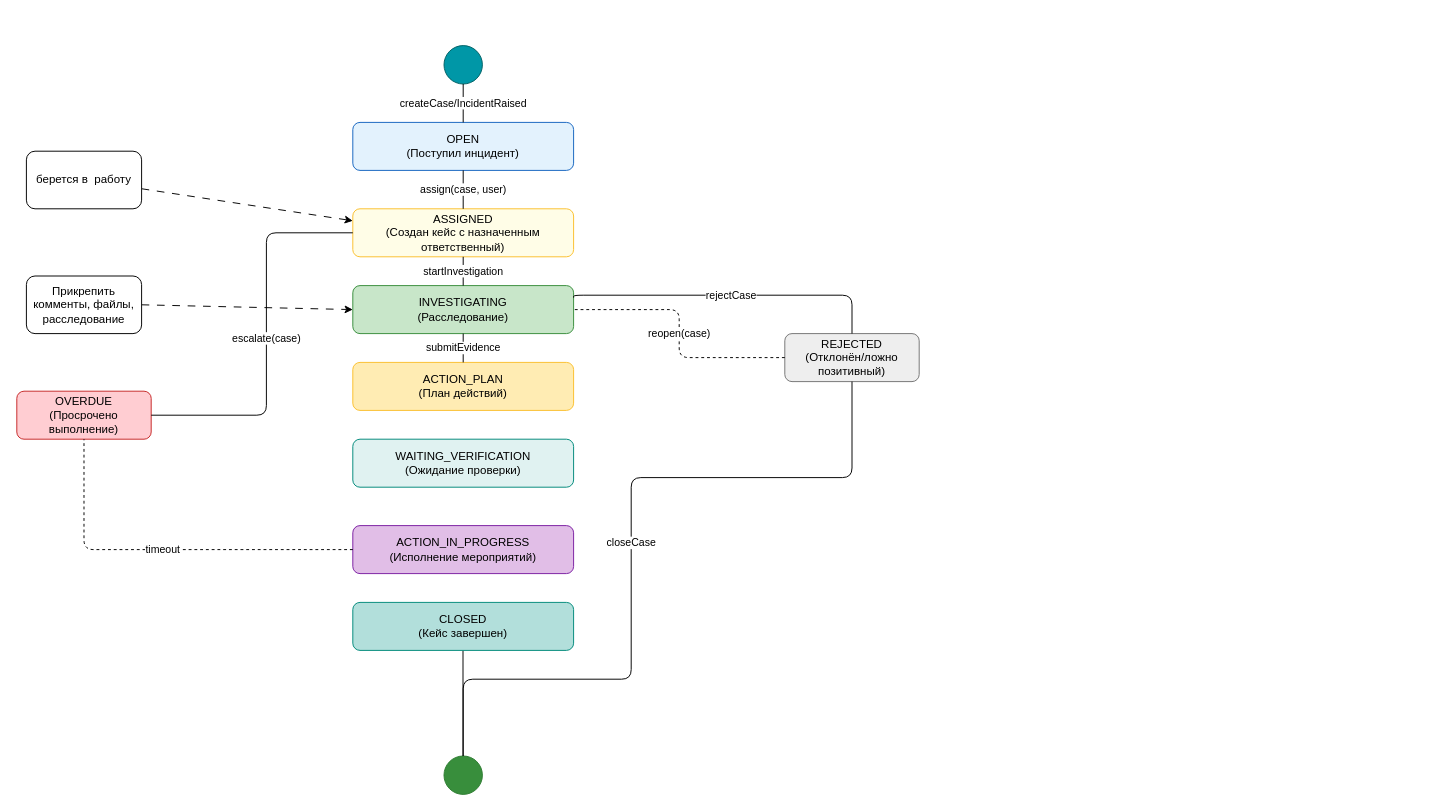
Earlier version of the draw.io diagram Диаграмма состояний.drawio (zheki4sh05/cms-workflow-service). Source tidied: cells renumbered, new cells numbered last; positions are measured from the earlier drawing's top-left corner, leaving out a move shared by most shapes. Both pictures are drawn from the tidied source at 96%, with x=0, y=0 at pixel (16, 45).
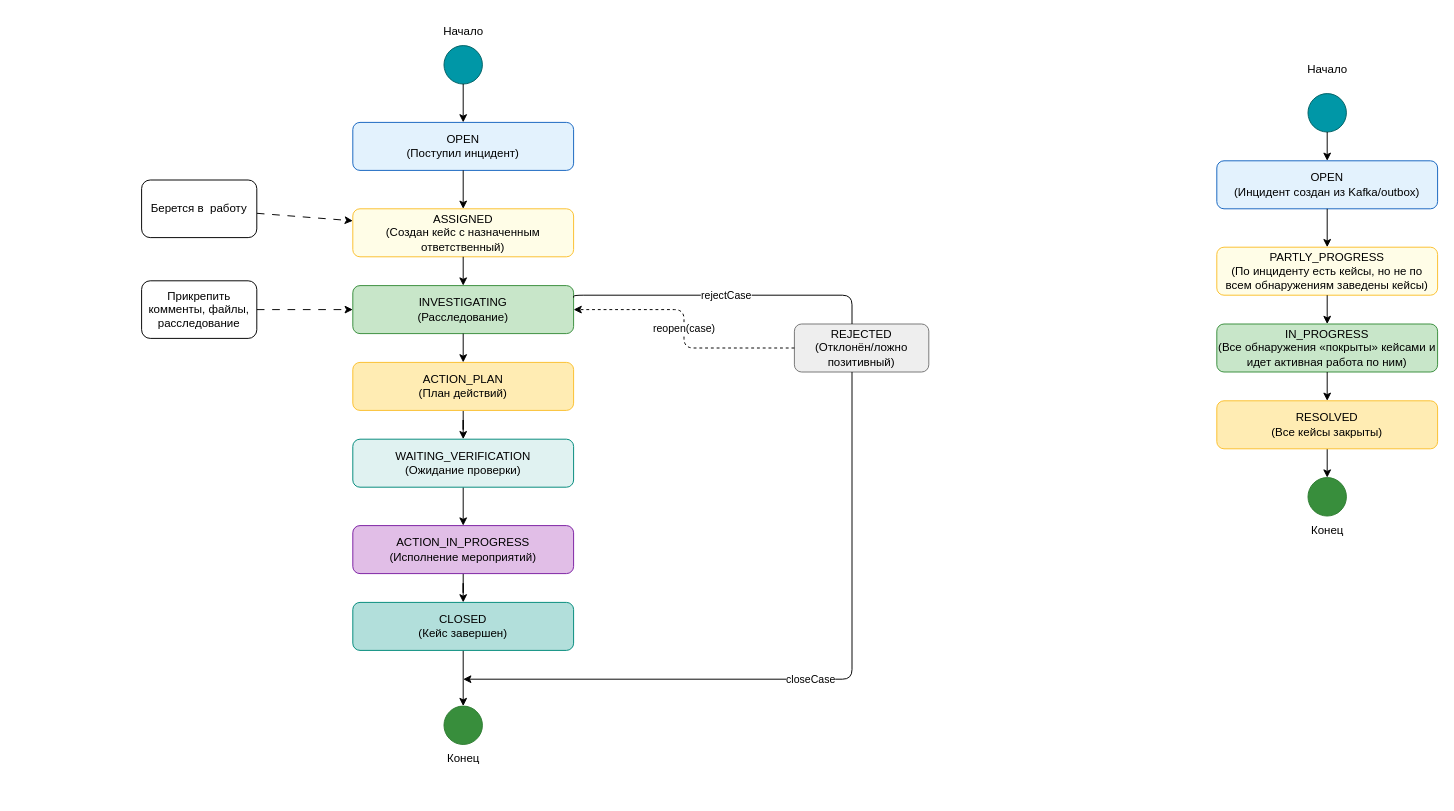
The same page after the edit.

The change refers to these unchanged cells:
```xml
<mxCell id="2" style="ellipse;whiteSpace=wrap;html=1;fillColor=#0097a7;strokeColor=#006064;" parent="1" vertex="1">
  <mxGeometry x="445" width="40" height="40" as="geometry" />
</mxCell>
<mxCell id="3" value="OPEN&lt;div&gt;(Поступил инцидент)&lt;/div&gt;" style="rounded=1;whiteSpace=wrap;html=1;fillColor=#e3f2fd;strokeColor=#1565c0;" parent="1" vertex="1">
  <mxGeometry x="350" y="80" width="230" height="50" as="geometry" />
</mxCell>
<mxCell id="4" value="ASSIGNED&lt;div&gt;(Создан кейс с назначенным ответственный)&lt;/div&gt;" style="rounded=1;whiteSpace=wrap;html=1;fillColor=#fffde7;strokeColor=#fbc02d;" parent="1" vertex="1">
  <mxGeometry x="350" y="170" width="230" height="50" as="geometry" />
</mxCell>
<mxCell id="5" value="INVESTIGATING&lt;div&gt;(Расследование)&lt;/div&gt;" style="rounded=1;whiteSpace=wrap;html=1;fillColor=#c8e6c9;strokeColor=#388e3c;" parent="1" vertex="1">
  <mxGeometry x="350" y="250" width="230" height="50" as="geometry" />
</mxCell>
<mxCell id="6" value="ACTION_PLAN&lt;div&gt;(План действий)&lt;/div&gt;" style="rounded=1;whiteSpace=wrap;html=1;fillColor=#ffecb3;strokeColor=#fbc02d;" parent="1" vertex="1">
  <mxGeometry x="350" y="330" width="230" height="50" as="geometry" />
</mxCell>
<mxCell id="7" value="ACTION_IN_PROGRESS&lt;div&gt;(Исполнение мероприятий)&lt;/div&gt;" style="rounded=1;whiteSpace=wrap;html=1;fillColor=#e1bee7;strokeColor=#7b1fa2;" parent="1" vertex="1">
  <mxGeometry x="350" y="500" width="230" height="50" as="geometry" />
</mxCell>
<mxCell id="8" value="WAITING_VERIFICATION&lt;div&gt;(Ожидание проверки)&lt;/div&gt;" style="rounded=1;whiteSpace=wrap;html=1;fillColor=#e0f2f1;strokeColor=#00897b;" parent="1" vertex="1">
  <mxGeometry x="350" y="410" width="230" height="50" as="geometry" />
</mxCell>
<mxCell id="12" value="CLOSED&lt;div&gt;(Кейс завершен)&lt;/div&gt;" style="rounded=1;whiteSpace=wrap;html=1;fillColor=#b2dfdb;strokeColor=#00897b;" parent="1" vertex="1">
  <mxGeometry x="350" y="580" width="230" height="50" as="geometry" />
</mxCell>
```

The edit, as a diff of the source:
```diff
@@
+    <mxCell id="27" style="edgeStyle=orthogonalEdgeStyle;rounded=0;jettySize=auto;html=1;" parent="1" edge="1" source="6" target="8">
+      <mxGeometry relative="1" as="geometry" />
+    </mxCell>
@@
+    <mxCell id="28" style="edgeStyle=orthogonalEdgeStyle;rounded=0;jettySize=auto;html=1;" parent="1" edge="1" source="7" target="12">
+      <mxGeometry relative="1" as="geometry" />
+    </mxCell>
@@
+    <mxCell id="29" style="edgeStyle=orthogonalEdgeStyle;rounded=0;jettySize=auto;html=1;" parent="1" edge="1" source="8" target="7">
+      <mxGeometry relative="1" as="geometry" />
+    </mxCell>
@@
-    <mxCell id="9" value="OVERDUE&lt;div&gt;(Просрочено выполнение)&lt;/div&gt;" style="rounded=1;whiteSpace=wrap;html=1;fillColor=#ffcdd2;strokeColor=#c62828;" parent="1" vertex="1">
-      <mxGeometry y="360" width="140" height="50" as="geometry" />
-    </mxCell>
     <mxCell id="10" value="REJECTED&lt;div&gt;(Отклонён/ложно позитивный)&lt;/div&gt;" style="rounded=1;whiteSpace=wrap;html=1;fillColor=#eeeeee;strokeColor=#757575;" parent="1" vertex="1">
-      <mxGeometry x="800" y="300" width="140" height="50" as="geometry" />
+      <mxGeometry x="810" y="290" width="140" height="50" as="geometry" />
     </mxCell>
-    <mxCell id="11" style="edgeStyle=orthogonalEdgeStyle;rounded=0;jettySize=auto;html=1;endArrow=none;startFill=0;entryX=0.496;entryY=-0.011;entryDx=0;entryDy=0;entryPerimeter=0;" parent="1" edge="1" source="12" target="13">
-      <mxGeometry relative="1" as="geometry">
-        <Array as="points">
-          <mxPoint x="465" y="750" />
-        </Array>
-      </mxGeometry>
+    <mxCell id="11" style="edgeStyle=orthogonalEdgeStyle;rounded=0;jettySize=auto;html=1;entryX=0.5;entryY=0;entryDx=0;entryDy=0;" parent="1" edge="1" source="12" target="13">
+      <mxGeometry relative="1" as="geometry" />
     </mxCell>
@@
     <mxCell id="13" style="ellipse;whiteSpace=wrap;html=1;fillColor=#388e3c;strokeColor=#2e7d32;" parent="1" vertex="1">
-      <mxGeometry x="445" y="740" width="40" height="40" as="geometry" />
+      <mxGeometry x="445" y="688" width="40" height="40" as="geometry" />
     </mxCell>
-    <mxCell id="14" value="createCase/IncidentRaised" style="edgeStyle=orthogonalEdgeStyle;endArrow=none;html=1;" parent="1" edge="1" source="2" target="3">
+    <mxCell id="14" style="edgeStyle=orthogonalEdgeStyle;endArrow=classic;html=1;endFill=1;" parent="1" edge="1" source="2" target="3">
       <mxGeometry relative="1" as="geometry" />
     </mxCell>
-    <mxCell id="15" value="assign(case, user)" style="edgeStyle=orthogonalEdgeStyle;endArrow=none;html=1;entryX=0.5;entryY=0;entryDx=0;entryDy=0;" parent="1" edge="1" source="3" target="4">
+    <mxCell id="15" style="edgeStyle=orthogonalEdgeStyle;endArrow=classic;html=1;entryX=0.5;entryY=0;entryDx=0;entryDy=0;endFill=1;" parent="1" edge="1" source="3" target="4">
       <mxGeometry relative="1" as="geometry" />
     </mxCell>
-    <mxCell id="16" value="startInvestigation" style="edgeStyle=orthogonalEdgeStyle;endArrow=none;html=1;" parent="1" edge="1" source="4" target="5">
+    <mxCell id="16" style="edgeStyle=orthogonalEdgeStyle;endArrow=classic;html=1;endFill=1;" parent="1" edge="1" source="4" target="5">
       <mxGeometry relative="1" as="geometry" />
     </mxCell>
-    <mxCell id="17" value="submitEvidence" style="edgeStyle=orthogonalEdgeStyle;endArrow=none;html=1;" parent="1" edge="1" source="5" target="6">
+    <mxCell id="17" style="edgeStyle=orthogonalEdgeStyle;endArrow=classic;html=1;endFill=1;" parent="1" edge="1" source="5" target="6">
       <mxGeometry relative="1" as="geometry" />
     </mxCell>
-    <mxCell id="18" value="timeout" style="edgeStyle=orthogonalEdgeStyle;endArrow=none;dashed=1;html=1;entryX=0.5;entryY=1;entryDx=0;entryDy=0;exitX=0;exitY=0.5;exitDx=0;exitDy=0;" parent="1" edge="1" source="7" target="9">
-      <mxGeometry relative="1" as="geometry">
-        <Array as="points">
-          <mxPoint x="70" y="525" />
-        </Array>
-      </mxGeometry>
-    </mxCell>
-    <mxCell id="19" value="escalate(case)" style="edgeStyle=orthogonalEdgeStyle;endArrow=none;html=1;" parent="1" edge="1" source="9" target="4">
-      <mxGeometry relative="1" as="geometry">
-        <Array as="points">
-          <mxPoint x="260" y="385" />
-          <mxPoint x="260" y="195" />
-        </Array>
-      </mxGeometry>
-    </mxCell>
@@
-    <mxCell id="21" value="reopen(case)" style="edgeStyle=orthogonalEdgeStyle;endArrow=none;dashed=1;html=1;" parent="1" edge="1" source="10" target="5">
+    <mxCell id="21" value="reopen(case)" style="edgeStyle=orthogonalEdgeStyle;endArrow=classic;dashed=1;html=1;endFill=1;" parent="1" edge="1" source="10" target="5">
       <mxGeometry relative="1" as="geometry" />
     </mxCell>
-    <mxCell id="22" value="closeCase" style="edgeStyle=orthogonalEdgeStyle;endArrow=none;html=1;entryX=0.5;entryY=0;entryDx=0;entryDy=0;" parent="1" edge="1" source="10" target="13">
+    <mxCell id="22" value="closeCase" style="edgeStyle=orthogonalEdgeStyle;endArrow=classic;html=1;endFill=1;" parent="1" edge="1" source="10">
       <mxGeometry relative="1" as="geometry">
+        <mxPoint x="465" y="660" as="targetPoint" />
         <Array as="points">
-          <mxPoint x="870" y="450" />
-          <mxPoint x="640" y="450" />
-          <mxPoint x="640" y="660" />
+          <mxPoint x="870" y="660" />
           <mxPoint x="465" y="660" />
         </Array>
       </mxGeometry>
     </mxCell>
@@
     <mxCell id="24" value="Прикрепить комменты, файлы, расследование" style="rounded=1;whiteSpace=wrap;html=1;" parent="1" vertex="1">
-      <mxGeometry x="10" y="240" width="120" height="60" as="geometry" />
+      <mxGeometry x="130" y="245" width="120" height="60" as="geometry" />
     </mxCell>
@@
-    <mxCell id="26" value="берется в&amp;nbsp; работу" style="rounded=1;whiteSpace=wrap;html=1;" parent="1" vertex="1">
-      <mxGeometry x="10" y="110" width="120" height="60" as="geometry" />
+    <mxCell id="26" value="Берется в&amp;nbsp; работу" style="rounded=1;whiteSpace=wrap;html=1;" parent="1" vertex="1">
+      <mxGeometry x="130" y="140" width="120" height="60" as="geometry" />
     </mxCell>
+    <mxCell id="30" value="Начало" style="text;html=1;align=center;verticalAlign=middle;strokeColor=none;fillColor=none;" parent="1" vertex="1">
+      <mxGeometry x="430" y="-30" width="70" height="30" as="geometry" />
+    </mxCell>
+    <mxCell id="31" value="Конец" style="text;html=1;align=center;verticalAlign=middle;strokeColor=none;fillColor=none;" parent="1" vertex="1">
+      <mxGeometry x="435" y="728" width="60" height="30" as="geometry" />
+    </mxCell>
+    <mxCell id="32" style="ellipse;whiteSpace=wrap;html=1;fillColor=#0097a7;strokeColor=#006064;" parent="1" vertex="1">
+      <mxGeometry x="1345" y="50" width="40" height="40" as="geometry" />
+    </mxCell>
+    <mxCell id="33" value="OPEN&lt;div&gt;(Инцидент создан из Kafka/outbox)&lt;/div&gt;" style="rounded=1;whiteSpace=wrap;html=1;fillColor=#e3f2fd;strokeColor=#1565c0;" parent="1" vertex="1">
+      <mxGeometry x="1250" y="120" width="230" height="50" as="geometry" />
+    </mxCell>
+    <mxCell id="34" value="PARTLY_PROGRESS&lt;div&gt;(По инциденту есть кейсы, но не по всем обнаружениям заведены кейсы)&lt;/div&gt;" style="rounded=1;whiteSpace=wrap;html=1;fillColor=#fffde7;strokeColor=#fbc02d;" parent="1" vertex="1">
+      <mxGeometry x="1250" y="210" width="230" height="50" as="geometry" />
+    </mxCell>
+    <mxCell id="35" value="IN_PROGRESS&lt;div&gt;(Все обнаружения «покрыты» кейсами и идет активная работа по ним)&lt;/div&gt;" style="rounded=1;whiteSpace=wrap;html=1;fillColor=#c8e6c9;strokeColor=#388e3c;" parent="1" vertex="1">
+      <mxGeometry x="1250" y="290" width="230" height="50" as="geometry" />
+    </mxCell>
+    <mxCell id="36" style="edgeStyle=orthogonalEdgeStyle;rounded=0;jettySize=auto;html=1;" parent="1" edge="1" source="37">
+      <mxGeometry relative="1" as="geometry">
+        <mxPoint x="1365" y="450" as="targetPoint" />
+      </mxGeometry>
+    </mxCell>
+    <mxCell id="37" value="&lt;div&gt;&lt;span style=&quot;text-align: left;&quot;&gt;RESOLVED&lt;/span&gt;&lt;/div&gt;&lt;div&gt;(Все кейсы закрыты)&lt;/div&gt;" style="rounded=1;whiteSpace=wrap;html=1;fillColor=#ffecb3;strokeColor=#fbc02d;" parent="1" vertex="1">
+      <mxGeometry x="1250" y="370" width="230" height="50" as="geometry" />
+    </mxCell>
+    <mxCell id="38" style="ellipse;whiteSpace=wrap;html=1;fillColor=#388e3c;strokeColor=#2e7d32;" parent="1" vertex="1">
+      <mxGeometry x="1345" y="450" width="40" height="40" as="geometry" />
+    </mxCell>
+    <mxCell id="39" style="edgeStyle=orthogonalEdgeStyle;endArrow=classic;html=1;endFill=1;" parent="1" edge="1" source="32" target="33">
+      <mxGeometry relative="1" as="geometry" />
+    </mxCell>
+    <mxCell id="40" style="edgeStyle=orthogonalEdgeStyle;endArrow=classic;html=1;entryX=0.5;entryY=0;entryDx=0;entryDy=0;endFill=1;" parent="1" edge="1" source="33" target="34">
+      <mxGeometry relative="1" as="geometry" />
+    </mxCell>
+    <mxCell id="41" style="edgeStyle=orthogonalEdgeStyle;endArrow=classic;html=1;endFill=1;" parent="1" edge="1" source="34" target="35">
+      <mxGeometry relative="1" as="geometry" />
+    </mxCell>
+    <mxCell id="42" style="edgeStyle=orthogonalEdgeStyle;endArrow=classic;html=1;endFill=1;" parent="1" edge="1" source="35" target="37">
+      <mxGeometry relative="1" as="geometry" />
+    </mxCell>
+    <mxCell id="43" value="Начало" style="text;html=1;align=center;verticalAlign=middle;strokeColor=none;fillColor=none;" parent="1" vertex="1">
+      <mxGeometry x="1330" y="10" width="70" height="30" as="geometry" />
+    </mxCell>
+    <mxCell id="44" value="Конец" style="text;html=1;align=center;verticalAlign=middle;strokeColor=none;fillColor=none;" parent="1" vertex="1">
+      <mxGeometry x="1335" y="490" width="60" height="30" as="geometry" />
+    </mxCell>
```
